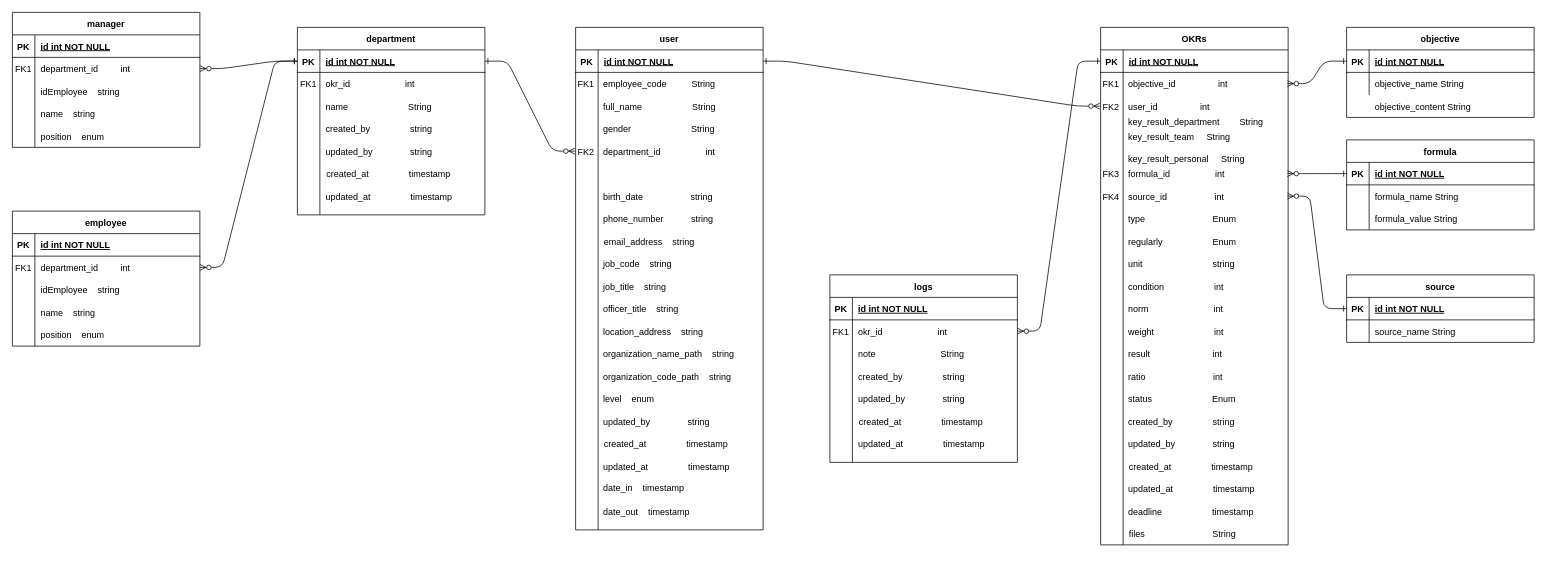
Above: Biểu đồ không có tiêu đề.drawio in Giangphhe228/employeeManage (draw.io), before the change. Source tidied: cells renumbered, new cells numbered last; positions are measured from the earlier drawing's top-left corner, leaving out a move shared by most shapes. Both pictures are drawn from the tidied source at 75%, with x=0, y=0 at pixel (12, 12).
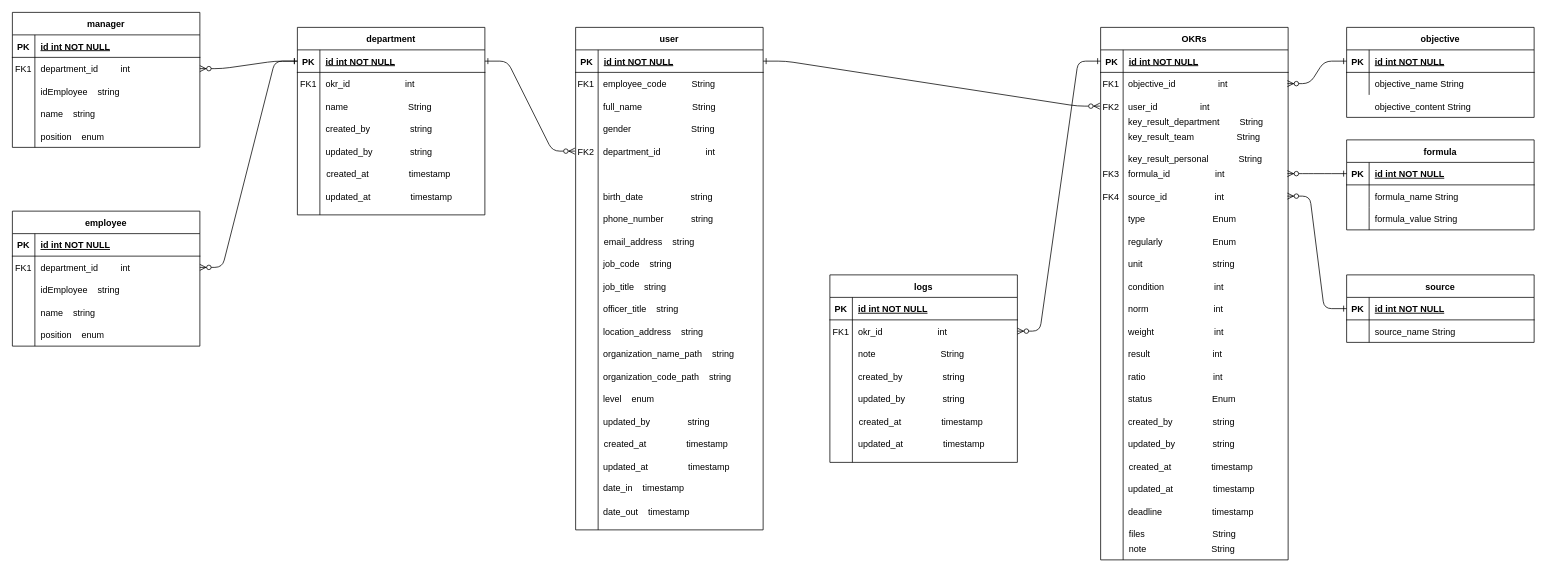
Above is the later version.

Commit message:
Cập nhật Biểu đồ không có tiêu đề.drawio

The change refers to these unchanged cells:
```xml
<mxCell id="36" style="shape=partialRectangle;fillColor=none;top=0;left=0;right=0;bottom=0;" parent="1" vertex="1">
  <mxGeometry x="1450" y="150" width="250" height="30" as="geometry" />
</mxCell>
```

Diff of the diagram source:
```diff
@@
     <mxCell id="9" value="OKRs" style="shape=table;startSize=30;childLayout=tableLayout;rowLines=0;fontStyle=1;align=center;" parent="1" vertex="1">
-      <mxGeometry x="1451" y="20" width="250" height="690" as="geometry" />
+      <mxGeometry x="1451" y="20" width="250" height="710" as="geometry" />
     </mxCell>
@@
     <mxCell id="13" style="shape=partialRectangle;fillColor=none;top=0;left=0;right=0;bottom=0;" parent="9" vertex="1">
-      <mxGeometry y="60" width="250" height="630" as="geometry" />
+      <mxGeometry y="60" width="250" height="650" as="geometry" />
     </mxCell>
     <mxCell id="14" style="shape=partialRectangle;overflow=hidden;fillColor=none;top=0;left=0;bottom=0;right=0;" parent="13" vertex="1">
-      <mxGeometry width="30" height="630" as="geometry" />
+      <mxGeometry width="30" height="650" as="geometry" />
     </mxCell>
     <mxCell id="15" style="shape=partialRectangle;overflow=hidden;fillColor=none;top=0;left=0;bottom=0;right=0;align=left;spacingLeft=6;" parent="13" vertex="1">
-      <mxGeometry x="30" width="220" height="630" as="geometry" />
+      <mxGeometry x="30" width="220" height="650" as="geometry" />
     </mxCell>
@@
-    <mxCell id="38" value="key_result_team     String" style="shape=partialRectangle;overflow=hidden;fillColor=none;top=0;left=0;bottom=0;right=0;align=left;spacingLeft=6;" parent="36" vertex="1">
+    <mxCell id="38" value="key_result_team                 String" style="shape=partialRectangle;overflow=hidden;fillColor=none;top=0;left=0;bottom=0;right=0;align=left;spacingLeft=6;" parent="36" vertex="1">
       <mxGeometry x="30" width="220" height="30" as="geometry" />
     </mxCell>
@@
-    <mxCell id="220" value="key_result_personal     String" style="shape=partialRectangle;overflow=hidden;fillColor=none;top=0;left=0;bottom=0;right=0;align=left;spacingLeft=6;" parent="1" vertex="1">
+    <mxCell id="220" value="key_result_personal            String" style="shape=partialRectangle;overflow=hidden;fillColor=none;top=0;left=0;bottom=0;right=0;align=left;spacingLeft=6;" parent="1" vertex="1">
       <mxGeometry x="1480" y="180" width="220" height="30" as="geometry" />
     </mxCell>
+    <mxCell id="221" value="note                          String" style="shape=partialRectangle;overflow=hidden;fillColor=none;top=0;left=0;bottom=0;right=0;align=left;spacingLeft=6;" parent="1" vertex="1">
+      <mxGeometry x="1481" y="700" width="220" height="30" as="geometry" />
+    </mxCell>
```
